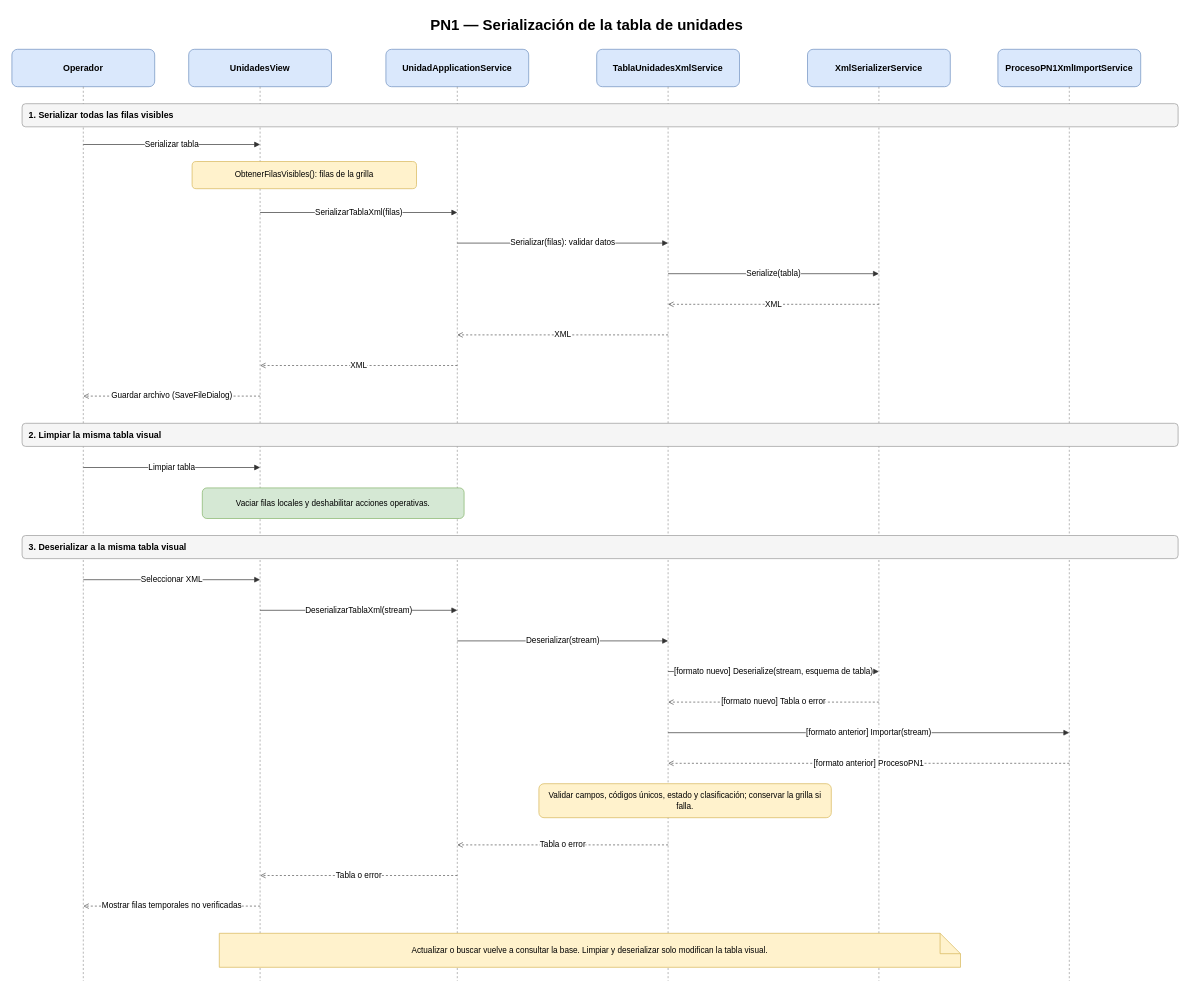
The draw.io diagram Diagramas/Diagramas de Secuencia/PN1 - XML auxiliar - Secuencia.drawio in juanNH/Ingenieria-de-Software, before the edit. Source tidied: cells renumbered, new cells numbered last; positions are measured from the earlier drawing's top-left corner, leaving out a move shared by most shapes. Both pictures are drawn from the tidied source at 68%, with x=0, y=0 at pixel (12, 12).
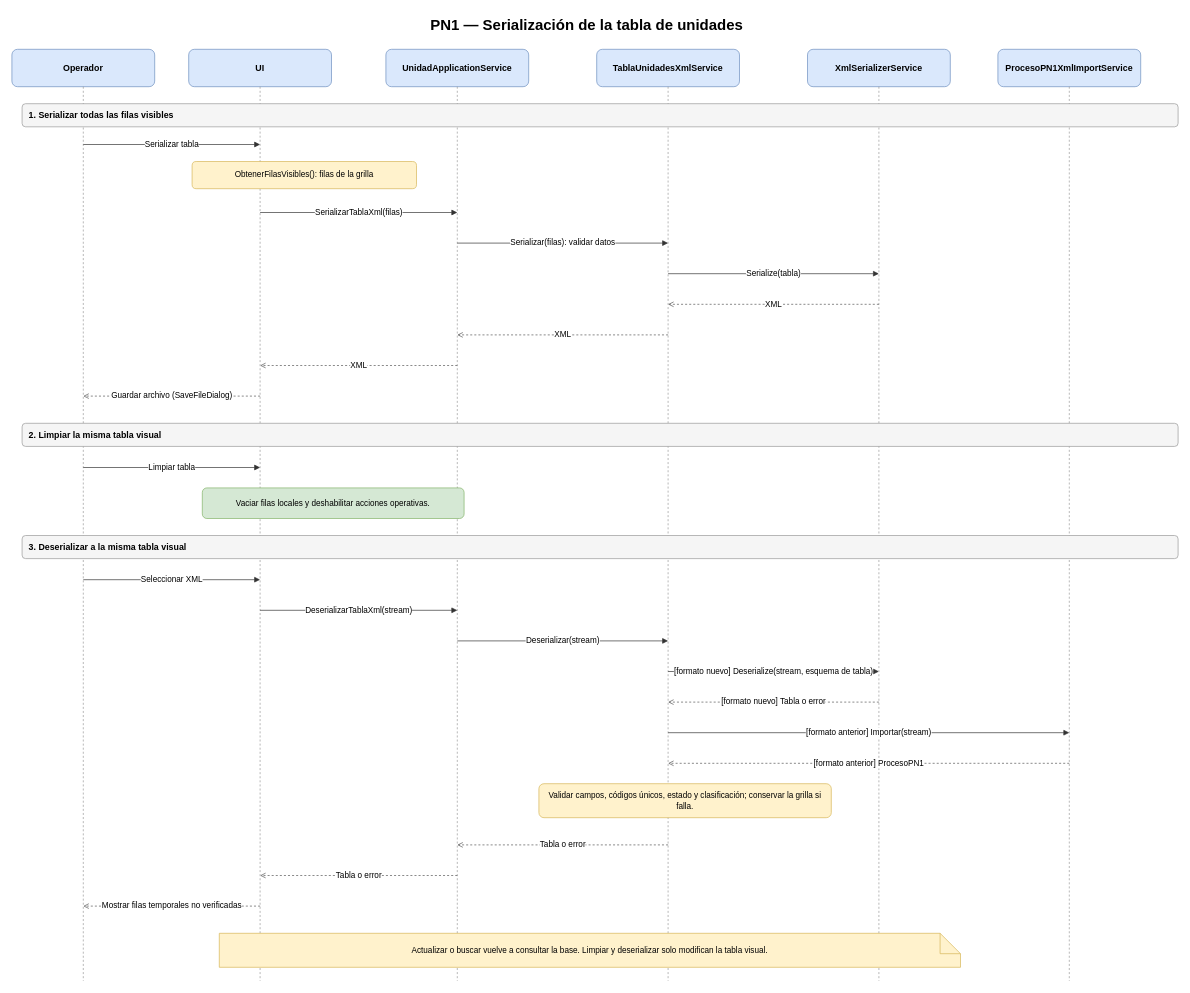
Above is the later version.

Diff of the diagram source:
```diff
@@
-    <mxCell id="5" value="UnidadesView" style="rounded=1;whiteSpace=wrap;html=1;fillColor=#dae8fc;strokeColor=#6c8ebf;fontSize=13;fontStyle=1;" parent="1" vertex="1">
+    <mxCell id="5" value="UI" style="rounded=1;whiteSpace=wrap;html=1;fillColor=#dae8fc;strokeColor=#6c8ebf;fontSize=13;fontStyle=1;" parent="1" vertex="1">
       <mxGeometry x="260" y="55" width="210" height="55" as="geometry" />
     </mxCell>
```
